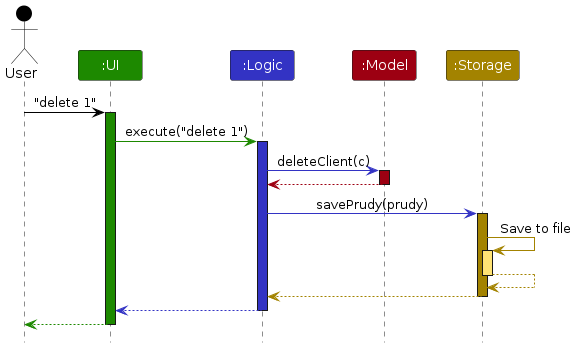
Earlier version of the PlantUML export diagrams/ArchitectureSequenceDiagram.png (AY2425S1-CS2103T-T14-1/tp). Its source is kept beside it as diagrams/ArchitectureSequenceDiagram.puml.
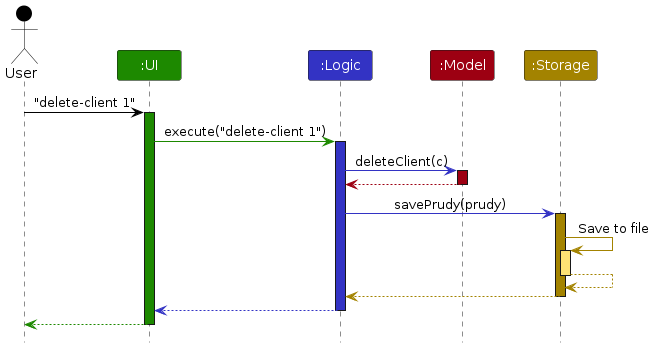
The same file after the commit.

Diff of the diagram source:
```diff
@@ -8,10 +8,10 @@
 Participant ":Model" as model MODEL_COLOR
 Participant ":Storage" as storage STORAGE_COLOR
 
-user -[USER_COLOR]> ui : "delete 1"
+user -[USER_COLOR]> ui : "delete-client 1"
 activate ui UI_COLOR
 
-ui -[UI_COLOR]> logic : execute("delete 1")
+ui -[UI_COLOR]> logic : execute("delete-client 1")
 activate logic LOGIC_COLOR
 
 logic -[LOGIC_COLOR]> model : deleteClient(c)
```
